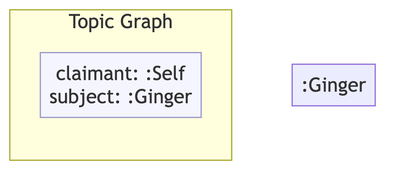
This is example/graphs/images/graph-37.png from MeeFoundation/mia-ontologies, a Mermaid export, as it was before one commit. Its source is kept beside it as example/graphs/images/graph-37.mmd. The source it was exported from:
```mermaid
flowchart TD
    classDef person fill:#fffacd,stroke:#aaa,color:#333
    classDef org    fill:#cce5ff,stroke:#aaa,color:#333
    classDef lit    fill:none,stroke:none,font-style:italic,color:#2a7a2a
    classDef meta   fill:#f5f5ff,stroke:#9999cc,color:#333

    subgraph ctx["Topic Graph"]
        direction LR
        ctx_meta["claimant: :Self\nsubject: :Ginger"]:::meta
    end

    nd44f902e3f9e[":Ginger"]
```
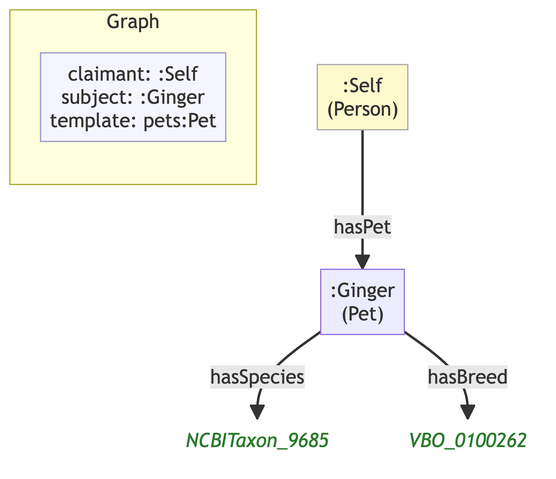
Later version of the same file.

The edit, as a diff of the source:
```diff
@@ -4,9 +4,16 @@
     classDef lit    fill:none,stroke:none,font-style:italic,color:#2a7a2a
     classDef meta   fill:#f5f5ff,stroke:#9999cc,color:#333
 
-    subgraph ctx["Topic Graph"]
+    subgraph ctx["Graph"]
         direction LR
-        ctx_meta["claimant: :Self\nsubject: :Ginger"]:::meta
+        ctx_meta["claimant: :Self\nsubject: :Ginger\ntemplate: pets:Pet"]:::meta
     end
 
-    nd44f902e3f9e[":Ginger"]
+    nd44f902e3f9e[":Ginger\n(Pet)"]
+    n956f63fdbc96("NCBITaxon_9685"):::lit
+    n9e505e1dc69a("VBO_0100262"):::lit
+    ne0c3ba92f1db[":Self\n(Person)"]:::person
+
+    nd44f902e3f9e -->|"hasSpecies"| n956f63fdbc96
+    nd44f902e3f9e -->|"hasBreed"| n9e505e1dc69a
+    ne0c3ba92f1db -->|"hasPet"| nd44f902e3f9e
```
